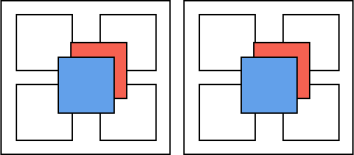
This is media/YUV420.drawio.svg from kartva/keymashed, a draw.io export, as it was before one commit. Source tidied: cells renumbered, new cells last; positions are measured from the earlier drawing's top-left corner, leaving out a move shared by most shapes.
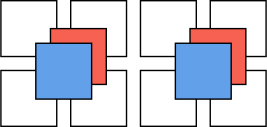
Later version of the same file.

Change to the diagram source:
```diff
@@ -2,47 +2,41 @@
   <root>
     <mxCell id="0" />
     <mxCell id="1" parent="0" />
-    <mxCell id="2" style="rounded=0;whiteSpace=wrap;html=1;glass=0;fillColor=none;" parent="1" vertex="1">
-      <mxGeometry width="121" height="110" as="geometry" />
+    <mxCell id="2" style="rounded=0;whiteSpace=wrap;html=1;fillColor=#ffffff;fontColor=#333333;strokeColor=#000000;" parent="1" vertex="1">
+      <mxGeometry x="541" y="-400" width="40" height="40" as="geometry" />
     </mxCell>
     <mxCell id="3" style="rounded=0;whiteSpace=wrap;html=1;fillColor=#ffffff;fontColor=#333333;strokeColor=#000000;" parent="1" vertex="1">
-      <mxGeometry x="11" y="10" width="40" height="40" as="geometry" />
+      <mxGeometry x="591" y="-400" width="40" height="40" as="geometry" />
     </mxCell>
     <mxCell id="4" style="rounded=0;whiteSpace=wrap;html=1;fillColor=#ffffff;fontColor=#333333;strokeColor=#000000;" parent="1" vertex="1">
-      <mxGeometry x="71" y="10" width="40" height="40" as="geometry" />
+      <mxGeometry x="541" y="-350" width="40" height="40" as="geometry" />
     </mxCell>
     <mxCell id="5" style="rounded=0;whiteSpace=wrap;html=1;fillColor=#ffffff;fontColor=#333333;strokeColor=#000000;" parent="1" vertex="1">
-      <mxGeometry x="11" y="60" width="40" height="40" as="geometry" />
+      <mxGeometry x="591" y="-350" width="40" height="40" as="geometry" />
     </mxCell>
-    <mxCell id="6" style="rounded=0;whiteSpace=wrap;html=1;fillColor=#ffffff;fontColor=#333333;strokeColor=#000000;" parent="1" vertex="1">
-      <mxGeometry x="71" y="60" width="40" height="40" as="geometry" />
+    <mxCell id="6" style="rounded=0;whiteSpace=wrap;html=1;fillColor=#f66151;strokeColor=default;fontColor=#ffffff;" parent="1" vertex="1">
+      <mxGeometry x="576.5" y="-380" width="40" height="40" as="geometry" />
     </mxCell>
-    <mxCell id="7" style="rounded=0;whiteSpace=wrap;html=1;fillColor=#f66151;strokeColor=default;fontColor=#ffffff;" parent="1" vertex="1">
-      <mxGeometry x="50" y="30" width="40" height="40" as="geometry" />
+    <mxCell id="7" style="rounded=0;whiteSpace=wrap;html=1;fillColor=#62a0ea;strokeColor=#000000;fontColor=#ffffff;" parent="1" vertex="1">
+      <mxGeometry x="566" y="-369.5" width="40" height="40" as="geometry" />
     </mxCell>
-    <mxCell id="8" style="rounded=0;whiteSpace=wrap;html=1;fillColor=#62a0ea;strokeColor=#000000;fontColor=#ffffff;" parent="1" vertex="1">
-      <mxGeometry x="41" y="40.5" width="40" height="40" as="geometry" />
+    <mxCell id="8" style="rounded=0;whiteSpace=wrap;html=1;fillColor=#ffffff;fontColor=#333333;strokeColor=#000000;" parent="1" vertex="1">
+      <mxGeometry x="641" y="-400" width="40" height="40" as="geometry" />
     </mxCell>
-    <mxCell id="9" style="rounded=0;whiteSpace=wrap;html=1;glass=0;fillColor=none;" parent="1" vertex="1">
-      <mxGeometry x="131" width="121" height="110" as="geometry" />
+    <mxCell id="9" style="rounded=0;whiteSpace=wrap;html=1;fillColor=#ffffff;fontColor=#333333;strokeColor=#000000;" parent="1" vertex="1">
+      <mxGeometry x="691" y="-400" width="40" height="40" as="geometry" />
     </mxCell>
     <mxCell id="10" style="rounded=0;whiteSpace=wrap;html=1;fillColor=#ffffff;fontColor=#333333;strokeColor=#000000;" parent="1" vertex="1">
-      <mxGeometry x="142" y="10" width="40" height="40" as="geometry" />
+      <mxGeometry x="641" y="-350" width="40" height="40" as="geometry" />
     </mxCell>
     <mxCell id="11" style="rounded=0;whiteSpace=wrap;html=1;fillColor=#ffffff;fontColor=#333333;strokeColor=#000000;" parent="1" vertex="1">
-      <mxGeometry x="202" y="10" width="40" height="40" as="geometry" />
+      <mxGeometry x="691" y="-350" width="40" height="40" as="geometry" />
     </mxCell>
-    <mxCell id="12" style="rounded=0;whiteSpace=wrap;html=1;fillColor=#ffffff;fontColor=#333333;strokeColor=#000000;" parent="1" vertex="1">
-      <mxGeometry x="142" y="60" width="40" height="40" as="geometry" />
+    <mxCell id="12" style="rounded=0;whiteSpace=wrap;html=1;fillColor=#f66151;strokeColor=default;fontColor=#ffffff;" parent="1" vertex="1">
+      <mxGeometry x="676.5" y="-380" width="40" height="40" as="geometry" />
     </mxCell>
-    <mxCell id="13" style="rounded=0;whiteSpace=wrap;html=1;fillColor=#ffffff;fontColor=#333333;strokeColor=#000000;" parent="1" vertex="1">
-      <mxGeometry x="202" y="60" width="40" height="40" as="geometry" />
+    <mxCell id="13" style="rounded=0;whiteSpace=wrap;html=1;fillColor=#62a0ea;strokeColor=#000000;fontColor=#ffffff;" parent="1" vertex="1">
+      <mxGeometry x="666" y="-369.5" width="40" height="40" as="geometry" />
     </mxCell>
-    <mxCell id="14" style="rounded=0;whiteSpace=wrap;html=1;fillColor=#f66151;strokeColor=default;fontColor=#ffffff;" parent="1" vertex="1">
-      <mxGeometry x="181" y="30" width="40" height="40" as="geometry" />
-    </mxCell>
-    <mxCell id="15" style="rounded=0;whiteSpace=wrap;html=1;fillColor=#62a0ea;strokeColor=#000000;fontColor=#ffffff;" parent="1" vertex="1">
-      <mxGeometry x="172" y="40.5" width="40" height="40" as="geometry" />
-    </mxCell>
   </root>
 </mxGraphModel>
```
